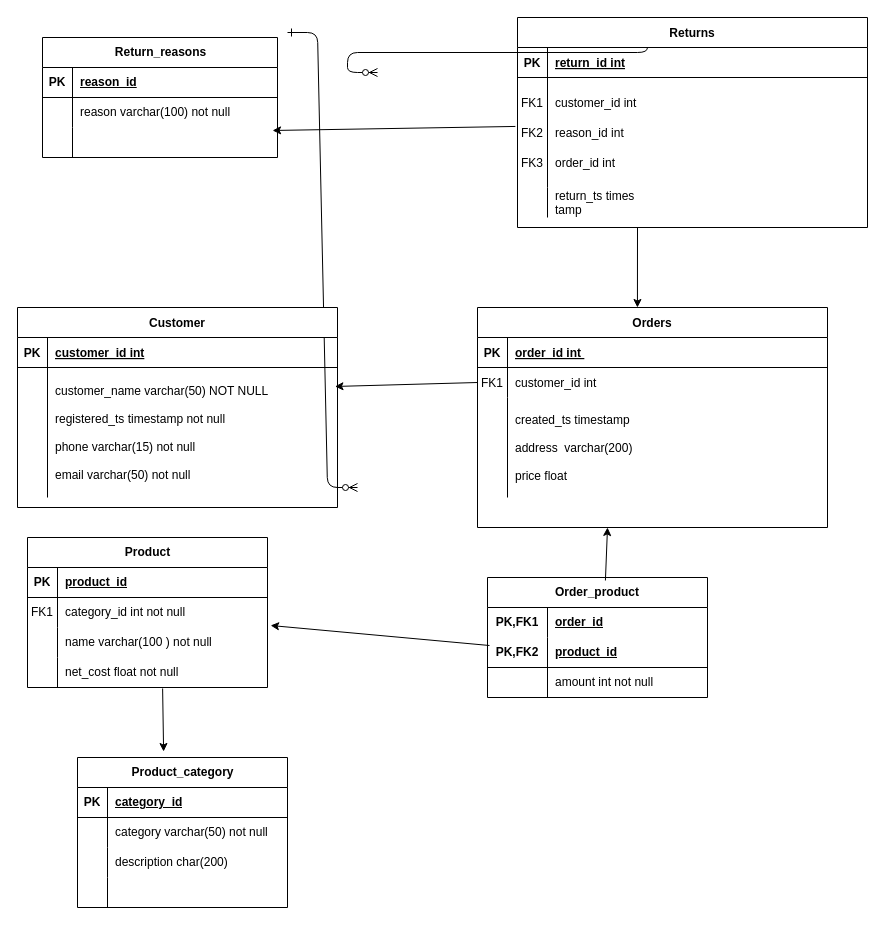
Earlier version of the draw.io diagram components/Core data - physical.drawio (vgnevyshev/dwh). Source tidied: cells renumbered, new cells numbered last; positions are measured from the earlier drawing's top-left corner, leaving out a move shared by most shapes. Both pictures are drawn from the tidied source at 100%, with x=0, y=0 at pixel (17, 17).
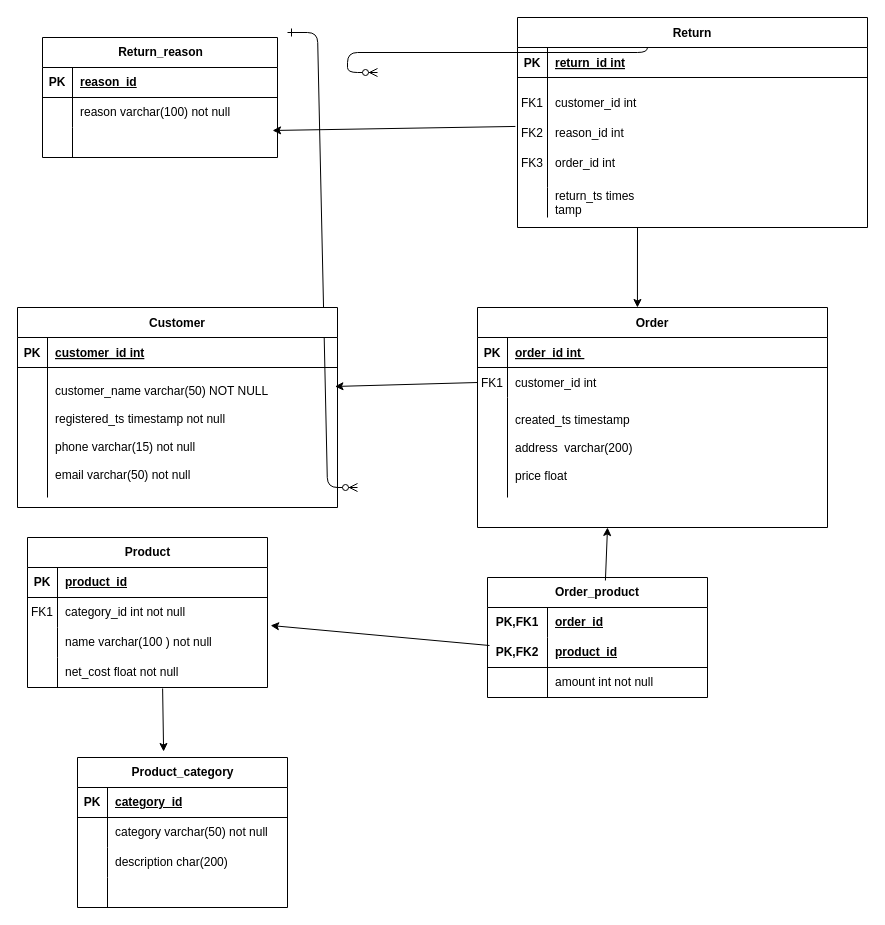
The same page after the edit.

The edit, as a diff of the source:
```diff
@@
-    <mxCell id="4" value="Orders" style="shape=table;startSize=30;childLayout=tableLayout;rowLines=0;fontStyle=1;align=center;" parent="1" vertex="1">
+    <mxCell id="4" value="Order" style="shape=table;startSize=30;childLayout=tableLayout;rowLines=0;fontStyle=1;align=center;" parent="1" vertex="1">
       <mxGeometry x="460" y="290" width="350" height="220" as="geometry" />
     </mxCell>
@@
-    <mxCell id="57" value="Returns" style="shape=table;startSize=30;childLayout=tableLayout;rowLines=0;fontStyle=1;align=center;" parent="1" vertex="1">
+    <mxCell id="57" value="Return" style="shape=table;startSize=30;childLayout=tableLayout;rowLines=0;fontStyle=1;align=center;" parent="1" vertex="1">
       <mxGeometry x="500" width="350" height="210" as="geometry" />
     </mxCell>
@@
-    <mxCell id="67" value="Return_reasons" style="shape=table;startSize=30;childLayout=tableLayout;rowLines=0;fontStyle=1;align=center;html=1;" parent="1" vertex="1">
+    <mxCell id="67" value="Return_reason" style="shape=table;startSize=30;childLayout=tableLayout;rowLines=0;fontStyle=1;align=center;html=1;" parent="1" vertex="1">
       <mxGeometry x="25" y="20" width="235" height="120" as="geometry" />
     </mxCell>
```
